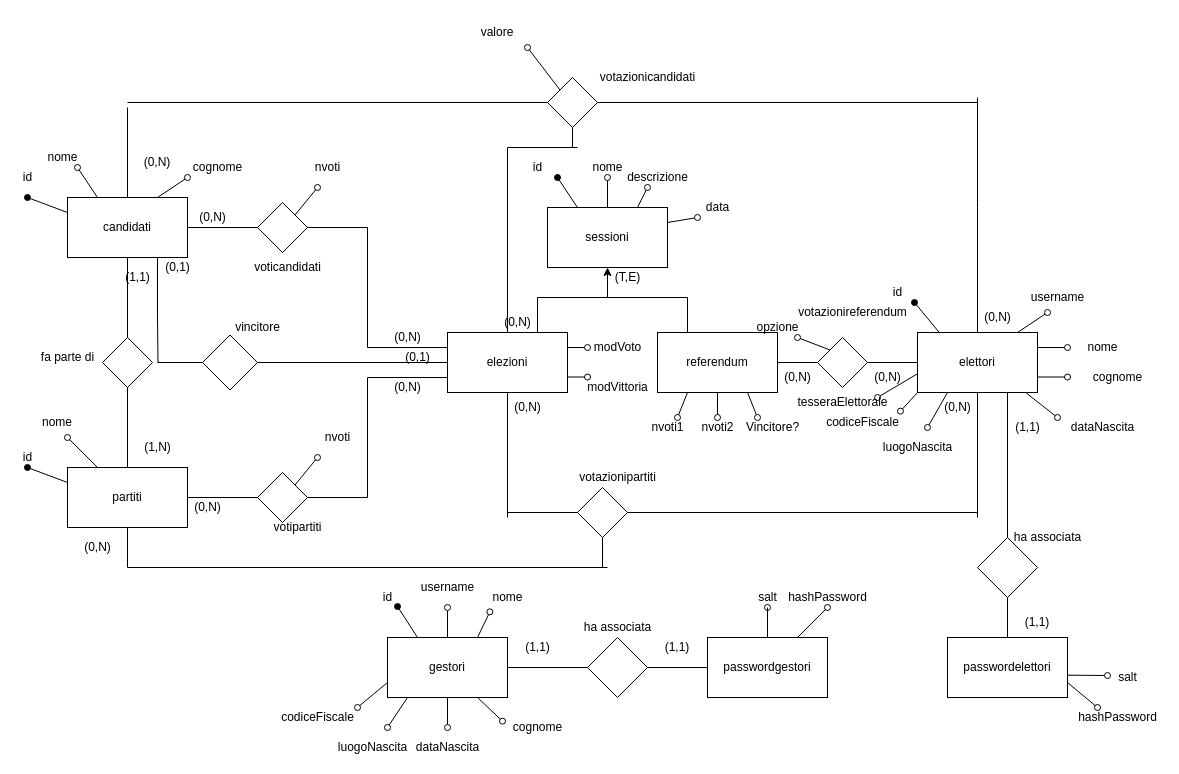
Earlier version of the draw.io diagram docs/Scherma ER.drawio (gbrsni/votoElettronico). Source tidied: cells renumbered, new cells numbered last; positions are measured from the earlier drawing's top-left corner, leaving out a move shared by most shapes. Both pictures are drawn from the tidied source at 100%, with x=0, y=0 at pixel (17, 17).
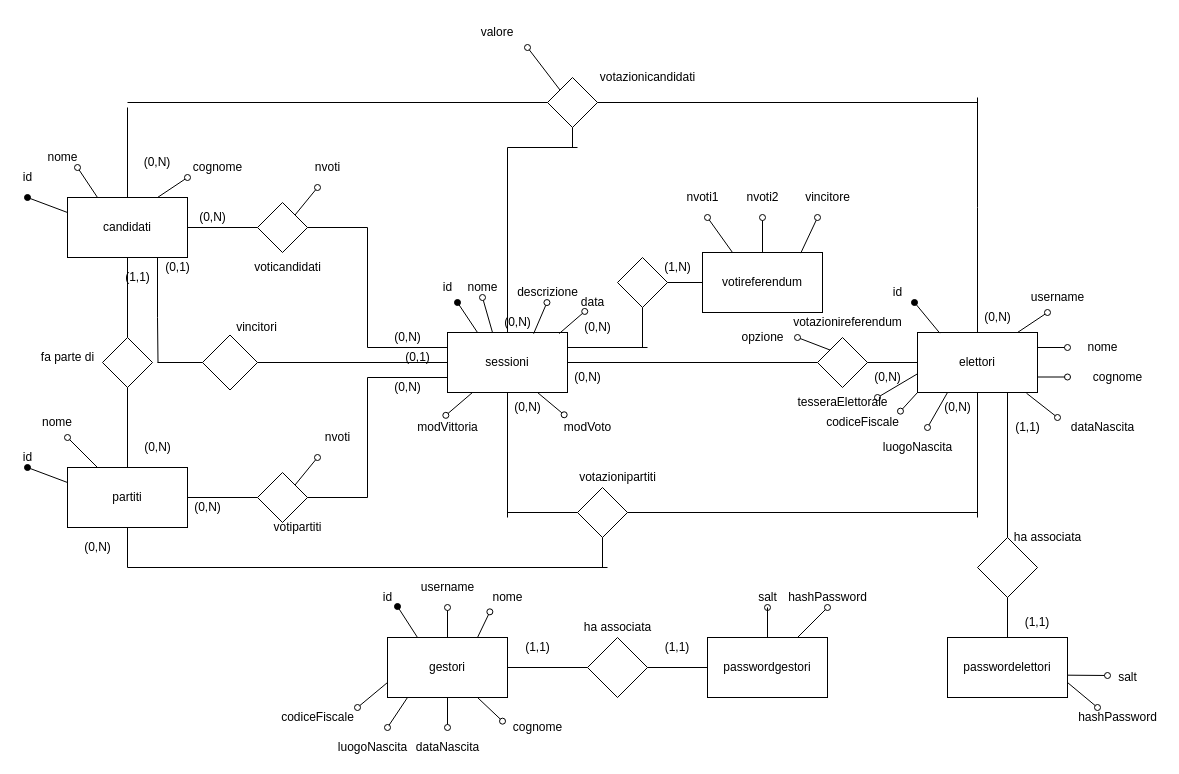
After the change.

Commit message:
modifica tabella sessioni

The change refers to these unchanged cells:
```xml
<mxCell id="67" value="(0,N)" style="text;html=1;align=center;verticalAlign=middle;points=[];strokeColor=none;fillColor=none;" parent="1" vertex="1">
  <mxGeometry x="480" y="295" width="40" height="20" as="geometry" />
</mxCell>
```

The edit, as a diff of the source:
```diff
@@
-    <mxCell id="8" value="(1,N)" style="text;html=1;align=center;verticalAlign=middle;strokeColor=none;fillColor=none;" parent="1" vertex="1">
+    <mxCell id="8" value="(0,N)" style="text;html=1;align=center;verticalAlign=middle;strokeColor=none;fillColor=none;" parent="1" vertex="1">
       <mxGeometry x="120" y="420" width="40" height="20" as="geometry" />
     </mxCell>
@@
-    <mxCell id="23" value="elezioni" style="rounded=0;whiteSpace=wrap;html=1;" parent="1" vertex="1">
+    <mxCell id="23" value="sessioni" style="rounded=0;whiteSpace=wrap;html=1;" parent="1" vertex="1">
       <mxGeometry x="430" y="315" width="120" height="60" as="geometry" />
     </mxCell>
@@
-    <mxCell id="47" value="referendum" style="rounded=0;whiteSpace=wrap;html=1;" parent="1" vertex="1">
-      <mxGeometry x="640" y="315" width="120" height="60" as="geometry" />
+    <mxCell id="47" value="votireferendum" style="rounded=0;whiteSpace=wrap;html=1;" parent="1" vertex="1">
+      <mxGeometry x="685" y="235" width="120" height="60" as="geometry" />
     </mxCell>
-    <mxCell id="48" style="endArrow=none;html=1;rounded=0;entryX=1;entryY=0.5;entryDx=0;entryDy=0;" parent="1" edge="1" target="47">
+    <mxCell id="48" style="endArrow=none;html=1;rounded=0;entryX=1;entryY=0.5;entryDx=0;entryDy=0;" parent="1" edge="1" target="23">
       <mxGeometry relative="1" as="geometry">
         <mxPoint x="800" y="345" as="sourcePoint" />
       </mxGeometry>
     </mxCell>
@@
     <mxCell id="53" value="votazionireferendum" style="text;html=1;align=center;verticalAlign=middle;strokeColor=none;fillColor=none;" parent="1" vertex="1">
-      <mxGeometry x="775" y="285" width="120" height="20" as="geometry" />
+      <mxGeometry x="770" y="295" width="120" height="20" as="geometry" />
     </mxCell>
@@
     <mxCell id="79" value="(0,N)" style="text;html=1;align=center;verticalAlign=middle;strokeColor=none;fillColor=none;" parent="1" vertex="1">
-      <mxGeometry x="760" y="350" width="40" height="20" as="geometry" />
+      <mxGeometry x="550" y="350" width="40" height="20" as="geometry" />
     </mxCell>
@@
     <mxCell id="125" value="opzione" style="text;html=1;align=center;verticalAlign=middle;strokeColor=none;fillColor=none;" parent="1" vertex="1">
-      <mxGeometry x="730" y="300" width="60" height="20" as="geometry" />
+      <mxGeometry x="715" y="310" width="60" height="20" as="geometry" />
     </mxCell>
-    <mxCell id="126" value="sessioni" style="rounded=0;whiteSpace=wrap;html=1;" parent="1" vertex="1">
-      <mxGeometry x="530" y="190" width="120" height="60" as="geometry" />
-    </mxCell>
@@
-    <mxCell id="132" style="endArrow=none;html=1;rounded=0;exitX=0.25;exitY=0;exitDx=0;exitDy=0;" parent="1" edge="1" source="47">
-      <mxGeometry relative="1" as="geometry">
-        <mxPoint x="670" y="280" as="targetPoint" />
-      </mxGeometry>
-    </mxCell>
-    <mxCell id="133" style="endArrow=none;html=1;rounded=0;" parent="1" edge="1">
-      <mxGeometry relative="1" as="geometry">
-        <mxPoint x="520" y="280" as="sourcePoint" />
-        <mxPoint x="670" y="280" as="targetPoint" />
-      </mxGeometry>
-    </mxCell>
-    <mxCell id="134" style="endArrow=classic;html=1;rounded=0;entryX=0.5;entryY=1;entryDx=0;entryDy=0;" parent="1" edge="1" target="126">
-      <mxGeometry relative="1" as="geometry">
-        <mxPoint x="590" y="280" as="sourcePoint" />
-      </mxGeometry>
-    </mxCell>
-    <mxCell id="135" value="(T,E)" style="text;html=1;align=center;verticalAlign=middle;strokeColor=none;fillColor=none;" parent="1" vertex="1">
-      <mxGeometry x="590" y="250" width="40" height="20" as="geometry" />
-    </mxCell>
-    <mxCell id="136" style="endArrow=oval;html=1;rounded=0;exitX=0.25;exitY=0;exitDx=0;exitDy=0;endFill=1;" parent="1" edge="1" source="126">
-      <mxGeometry relative="1" as="geometry">
-        <mxPoint x="540" y="160" as="targetPoint" />
-      </mxGeometry>
-    </mxCell>
     <mxCell id="137" value="id" style="text;html=1;align=center;verticalAlign=middle;strokeColor=none;fillColor=none;" parent="1" vertex="1">
-      <mxGeometry x="510" y="140" width="20" height="20" as="geometry" />
+      <mxGeometry x="420" y="260" width="20" height="20" as="geometry" />
     </mxCell>
-    <mxCell id="138" style="endArrow=oval;html=1;rounded=0;exitX=0.5;exitY=0;exitDx=0;exitDy=0;endFill=0;" parent="1" edge="1" source="126">
-      <mxGeometry relative="1" as="geometry">
-        <mxPoint x="590" y="160" as="targetPoint" />
-      </mxGeometry>
-    </mxCell>
     <mxCell id="139" value="nome" style="text;html=1;align=center;verticalAlign=middle;strokeColor=none;fillColor=none;" parent="1" vertex="1">
-      <mxGeometry x="565" y="140" width="50" height="20" as="geometry" />
+      <mxGeometry x="440" y="260" width="50" height="20" as="geometry" />
     </mxCell>
-    <mxCell id="140" style="endArrow=oval;html=1;rounded=0;exitX=0.75;exitY=0;exitDx=0;exitDy=0;endFill=0;" parent="1" edge="1" source="126">
-      <mxGeometry relative="1" as="geometry">
-        <mxPoint x="630" y="170" as="targetPoint" />
-      </mxGeometry>
-    </mxCell>
     <mxCell id="141" value="descrizione" style="text;html=1;align=center;verticalAlign=middle;points=[];strokeColor=none;fillColor=none;" parent="1" vertex="1">
-      <mxGeometry x="600" y="150" width="80" height="20" as="geometry" />
+      <mxGeometry x="490" y="265" width="80" height="20" as="geometry" />
     </mxCell>
-    <mxCell id="142" style="endArrow=oval;html=1;rounded=0;exitX=1;exitY=0.25;exitDx=0;exitDy=0;endFill=0;" parent="1" edge="1" source="23">
-      <mxGeometry relative="1" as="geometry">
-        <mxPoint x="570" y="330" as="targetPoint" />
-      </mxGeometry>
+    <mxCell id="142" style="endArrow=oval;html=1;rounded=0;exitX=0.75;exitY=1;exitDx=0;exitDy=0;endFill=0;entryX=0.111;entryY=-0.136;entryDx=0;entryDy=0;entryPerimeter=0;" parent="1" edge="1" source="23" target="143">
+      <mxGeometry relative="1" as="geometry" />
     </mxCell>
     <mxCell id="143" value="modVoto" style="text;html=1;align=center;verticalAlign=middle;points=[];strokeColor=none;fillColor=none;" parent="1" vertex="1">
-      <mxGeometry x="570" y="320" width="60" height="20" as="geometry" />
+      <mxGeometry x="540" y="400" width="60" height="20" as="geometry" />
     </mxCell>
-    <mxCell id="144" style="endArrow=oval;html=1;rounded=0;exitX=1;exitY=0.25;exitDx=0;exitDy=0;endFill=0;" parent="1" edge="1">
-      <mxGeometry relative="1" as="geometry">
-        <mxPoint x="550" y="359.5" as="sourcePoint" />
-        <mxPoint x="570" y="359.5" as="targetPoint" />
-      </mxGeometry>
+    <mxCell id="144" style="endArrow=oval;html=1;rounded=0;endFill=0;entryX=0.479;entryY=-0.108;entryDx=0;entryDy=0;entryPerimeter=0;" parent="1" edge="1" source="23" target="145">
+      <mxGeometry relative="1" as="geometry" />
     </mxCell>
     <mxCell id="145" value="modVittoria" style="text;html=1;align=center;verticalAlign=middle;points=[];strokeColor=none;fillColor=none;" parent="1" vertex="1">
-      <mxGeometry x="560" y="360" width="80" height="20" as="geometry" />
+      <mxGeometry x="390" y="400" width="80" height="20" as="geometry" />
     </mxCell>
-    <mxCell id="146" style="endArrow=oval;html=1;rounded=0;exitX=0.25;exitY=1;exitDx=0;exitDy=0;endFill=0;" parent="1" edge="1" source="47">
+    <mxCell id="146" style="endArrow=oval;html=1;rounded=0;exitX=0.25;exitY=0;exitDx=0;exitDy=0;endFill=0;" parent="1" edge="1" source="47">
       <mxGeometry relative="1" as="geometry">
-        <mxPoint x="660" y="400" as="targetPoint" />
+        <mxPoint x="690" y="200" as="targetPoint" />
       </mxGeometry>
     </mxCell>
     <mxCell id="147" value="nvoti1" style="text;html=1;align=center;verticalAlign=middle;strokeColor=none;fillColor=none;" parent="1" vertex="1">
-      <mxGeometry x="625" y="400" width="50" height="20" as="geometry" />
+      <mxGeometry x="660" y="170" width="50" height="20" as="geometry" />
     </mxCell>
-    <mxCell id="148" style="endArrow=oval;html=1;rounded=0;exitX=0.5;exitY=1;exitDx=0;exitDy=0;endFill=0;" parent="1" edge="1" source="47">
+    <mxCell id="148" style="endArrow=oval;html=1;rounded=0;exitX=0.5;exitY=0;exitDx=0;exitDy=0;endFill=0;" parent="1" edge="1" source="47">
       <mxGeometry relative="1" as="geometry">
-        <mxPoint x="700" y="400" as="targetPoint" />
+        <mxPoint x="745" y="200" as="targetPoint" />
       </mxGeometry>
     </mxCell>
     <mxCell id="149" value="nvoti2" style="text;html=1;align=center;verticalAlign=middle;strokeColor=none;fillColor=none;" parent="1" vertex="1">
-      <mxGeometry x="675" y="400" width="50" height="20" as="geometry" />
+      <mxGeometry x="720" y="170" width="50" height="20" as="geometry" />
     </mxCell>
-    <mxCell id="150" style="endArrow=oval;html=1;rounded=0;exitX=0.75;exitY=1;exitDx=0;exitDy=0;endFill=0;" parent="1" edge="1" source="47">
+    <mxCell id="150" style="endArrow=oval;html=1;rounded=0;endFill=0;exitX=0.819;exitY=0.01;exitDx=0;exitDy=0;exitPerimeter=0;" parent="1" edge="1" source="47">
       <mxGeometry relative="1" as="geometry">
-        <mxPoint x="740" y="400" as="targetPoint" />
+        <mxPoint x="800" y="200" as="targetPoint" />
       </mxGeometry>
     </mxCell>
-    <mxCell id="151" value="Vincitore?" style="text;html=1;align=center;verticalAlign=middle;strokeColor=none;fillColor=none;" parent="1" vertex="1">
-      <mxGeometry x="720" y="400" width="70" height="20" as="geometry" />
+    <mxCell id="151" value="vincitore" style="text;html=1;align=center;verticalAlign=middle;strokeColor=none;fillColor=none;" parent="1" vertex="1">
+      <mxGeometry x="780" y="170" width="60" height="20" as="geometry" />
     </mxCell>
@@
-    <mxCell id="157" value="vincitore" style="text;html=1;align=center;verticalAlign=middle;strokeColor=none;fillColor=none;" parent="1" vertex="1">
-      <mxGeometry x="210" y="300" width="60" height="20" as="geometry" />
+    <mxCell id="157" value="vincitori" style="text;html=1;align=center;verticalAlign=middle;strokeColor=none;fillColor=none;" parent="1" vertex="1">
+      <mxGeometry x="209" y="300" width="60" height="20" as="geometry" />
     </mxCell>
@@
-    <mxCell id="160" style="endArrow=none;html=1;rounded=0;exitX=0.75;exitY=0;exitDx=0;exitDy=0;" parent="1" edge="1" source="23">
-      <mxGeometry relative="1" as="geometry">
-        <mxPoint x="520" y="280" as="targetPoint" />
-      </mxGeometry>
-    </mxCell>
-    <mxCell id="161" style="endArrow=oval;html=1;rounded=0;exitX=1;exitY=0.25;exitDx=0;exitDy=0;endFill=0;" parent="1" edge="1" source="126">
-      <mxGeometry relative="1" as="geometry">
-        <mxPoint x="680" y="200" as="targetPoint" />
-      </mxGeometry>
-    </mxCell>
     <mxCell id="162" value="data" style="text;html=1;align=center;verticalAlign=middle;points=[];strokeColor=none;fillColor=none;" parent="1" vertex="1">
-      <mxGeometry x="680" y="180" width="40" height="20" as="geometry" />
+      <mxGeometry x="555" y="275" width="40" height="20" as="geometry" />
     </mxCell>
@@
+    <mxCell id="164" style="endArrow=oval;html=1;rounded=0;exitX=0.25;exitY=0;exitDx=0;exitDy=0;endFill=1;" parent="1" edge="1">
+      <mxGeometry relative="1" as="geometry">
+        <mxPoint x="460" y="315" as="sourcePoint" />
+        <mxPoint x="440" y="285" as="targetPoint" />
+      </mxGeometry>
+    </mxCell>
+    <mxCell id="165" style="endArrow=oval;html=1;rounded=0;exitX=0.5;exitY=0;exitDx=0;exitDy=0;endFill=0;" parent="1" edge="1">
+      <mxGeometry relative="1" as="geometry">
+        <mxPoint x="475" y="315" as="sourcePoint" />
+        <mxPoint x="465" y="280" as="targetPoint" />
+      </mxGeometry>
+    </mxCell>
+    <mxCell id="166" style="endArrow=oval;html=1;rounded=0;exitX=0.903;exitY=1.058;exitDx=0;exitDy=0;endFill=0;exitPerimeter=0;entryX=0.493;entryY=1.003;entryDx=0;entryDy=0;entryPerimeter=0;" parent="1" edge="1" source="67" target="141">
+      <mxGeometry relative="1" as="geometry" />
+    </mxCell>
+    <mxCell id="167" style="endArrow=oval;html=1;rounded=0;exitX=0.903;exitY=1.058;exitDx=0;exitDy=0;endFill=0;exitPerimeter=0;entryX=0.306;entryY=0.947;entryDx=0;entryDy=0;entryPerimeter=0;" parent="1" edge="1" target="162">
+      <mxGeometry relative="1" as="geometry">
+        <mxPoint x="541.7" y="316.1" as="sourcePoint" />
+      </mxGeometry>
+    </mxCell>
+    <mxCell id="168" style="rhombus;whiteSpace=wrap;html=1;" parent="1" vertex="1">
+      <mxGeometry x="600" y="240" width="50" height="50" as="geometry" />
+    </mxCell>
+    <mxCell id="169" style="endArrow=none;html=1;rounded=0;entryX=0;entryY=0.5;entryDx=0;entryDy=0;exitX=1;exitY=0.5;exitDx=0;exitDy=0;" parent="1" edge="1" source="168" target="47">
+      <mxGeometry relative="1" as="geometry" />
+    </mxCell>
+    <mxCell id="170" style="endArrow=none;html=1;rounded=0;exitX=1;exitY=0.25;exitDx=0;exitDy=0;" parent="1" edge="1" source="23">
+      <mxGeometry relative="1" as="geometry">
+        <mxPoint x="630" y="330" as="targetPoint" />
+      </mxGeometry>
+    </mxCell>
+    <mxCell id="171" style="endArrow=none;html=1;rounded=0;entryX=0.5;entryY=1;entryDx=0;entryDy=0;" parent="1" edge="1" target="168">
+      <mxGeometry relative="1" as="geometry">
+        <mxPoint x="625" y="330" as="sourcePoint" />
+      </mxGeometry>
+    </mxCell>
+    <mxCell id="172" value="(1,N)" style="text;html=1;align=center;verticalAlign=middle;strokeColor=none;fillColor=none;" parent="1" vertex="1">
+      <mxGeometry x="640" y="240" width="40" height="20" as="geometry" />
+    </mxCell>
+    <mxCell id="173" value="(0,N)" style="text;html=1;align=center;verticalAlign=middle;strokeColor=none;fillColor=none;" parent="1" vertex="1">
+      <mxGeometry x="560" y="300" width="40" height="20" as="geometry" />
+    </mxCell>
```
